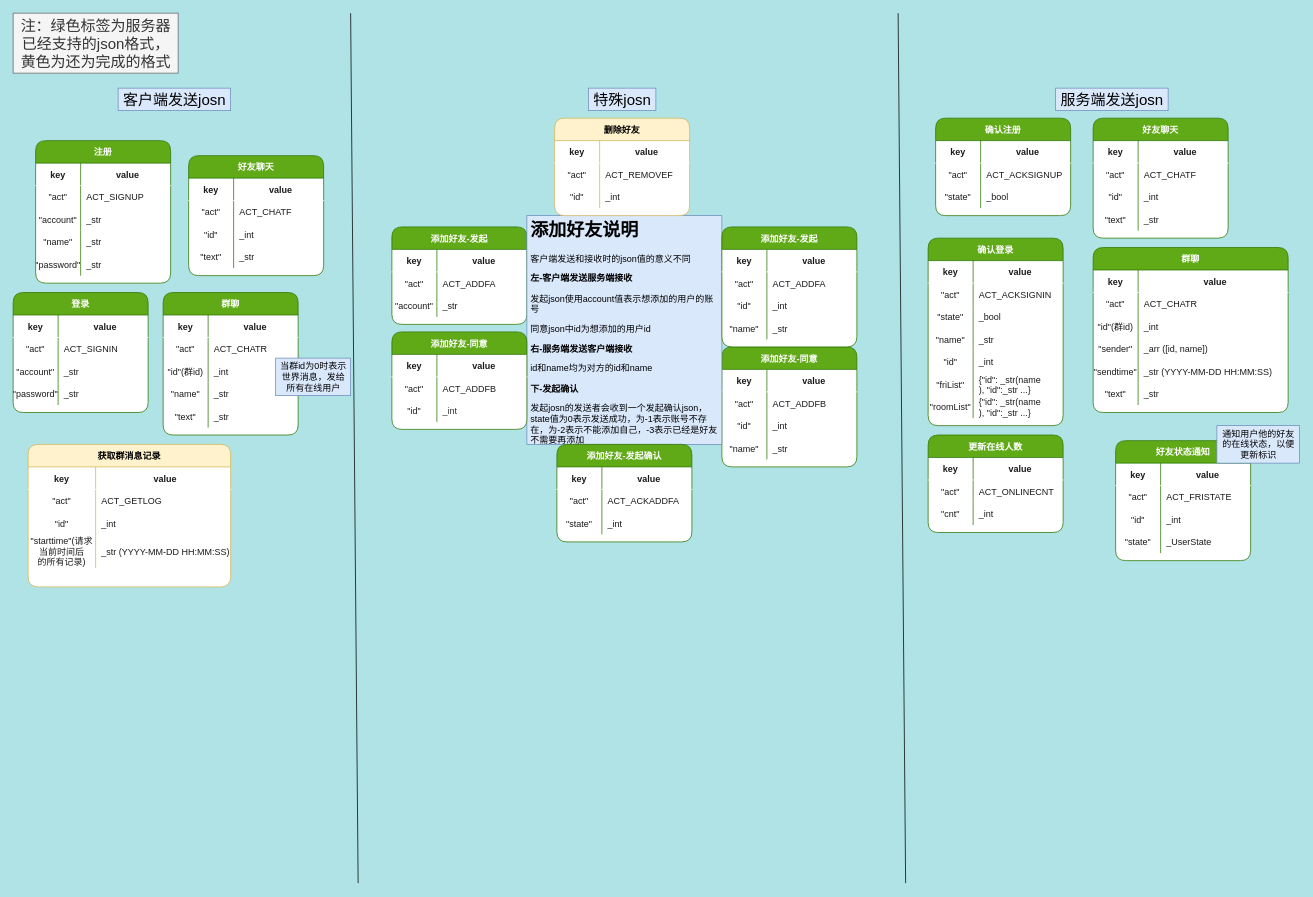
Above: json类型约定.drawio in leo-zhang-git/Gchatpro-file (draw.io), before the change. Source tidied: cells renumbered, new cells numbered last; positions are measured from the earlier drawing's top-left corner, leaving out a move shared by most shapes. Both pictures are drawn from the tidied source at 75%, with x=0, y=0 at pixel (13, 13).
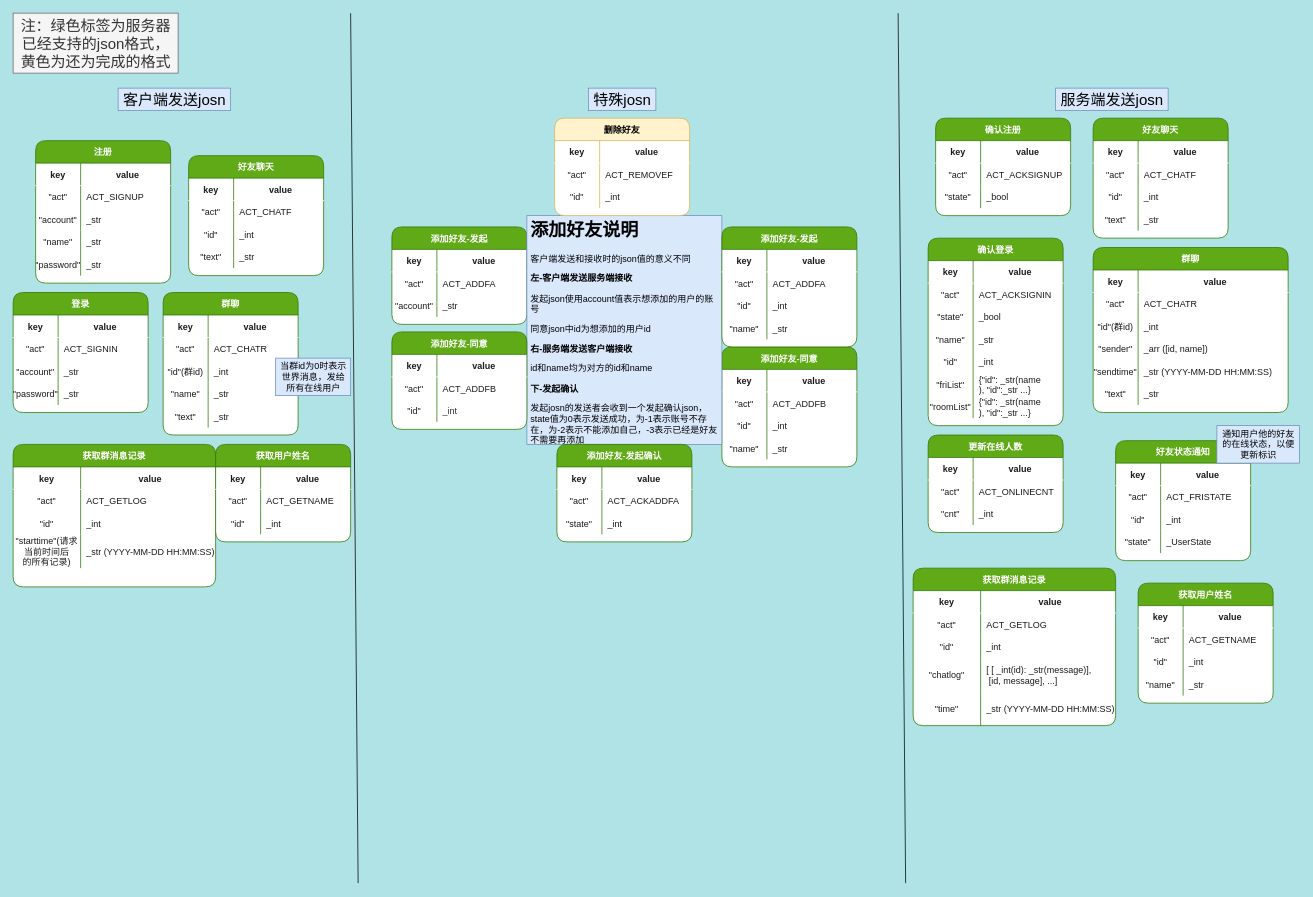
The same page after the edit.

Change to the diagram source:
```diff
@@
-    <mxCell id="197" value="获取群消息记录" style="shape=table;startSize=30;childLayout=tableLayout;rowLines=0;fontStyle=1;align=center;rounded=1;shadow=0;fillColor=#fff2cc;strokeColor=#d6b656;flipH=1;flipV=0;swimlaneFillColor=default;" parent="1" vertex="1">
-      <mxGeometry x="20" y="575" width="270" height="190" as="geometry" />
+    <mxCell id="197" value="获取群消息记录" style="shape=table;startSize=30;childLayout=tableLayout;rowLines=0;fontStyle=1;align=center;rounded=1;shadow=0;fillColor=#60a917;strokeColor=#2D7600;flipH=1;flipV=0;swimlaneFillColor=default;fontColor=#ffffff;" parent="1" vertex="1">
+      <mxGeometry y="575" width="270" height="190" as="geometry" />
     </mxCell>
@@
+    <mxCell id="235" value="获取群消息记录" style="shape=table;startSize=30;childLayout=tableLayout;rowLines=0;fontStyle=1;align=center;rounded=1;shadow=0;fillColor=#60a917;strokeColor=#2D7600;flipH=1;flipV=0;swimlaneFillColor=default;fontColor=#ffffff;" parent="1" vertex="1">
+      <mxGeometry x="1200" y="740" width="270" height="210" as="geometry" />
+    </mxCell>
+    <mxCell id="236" style="shape=tableRow;horizontal=0;startSize=0;swimlaneHead=0;swimlaneBody=0;fillColor=none;top=0;left=0;right=0;bottom=1;rounded=1;shadow=0;fontColor=#1A1A1A;strokeColor=#FFFFFF;" parent="235" vertex="1">
+      <mxGeometry y="30" width="270" height="30" as="geometry" />
+    </mxCell>
+    <mxCell id="237" value="key" style="shape=partialRectangle;fillColor=none;top=0;left=0;bottom=0;right=0;fontStyle=1;overflow=hidden;rounded=1;shadow=0;fontColor=#1A1A1A;strokeColor=#FFFFFF;" parent="236" vertex="1">
+      <mxGeometry width="90" height="30" as="geometry" />
+    </mxCell>
+    <mxCell id="238" value="value" style="shape=partialRectangle;fillColor=none;top=0;left=0;bottom=0;right=0;align=center;spacingLeft=6;fontStyle=1;overflow=hidden;rounded=1;shadow=0;fontColor=#1A1A1A;strokeColor=#66FF66;verticalAlign=middle;" parent="236" vertex="1">
+      <mxGeometry x="90" width="180" height="30" as="geometry" />
+    </mxCell>
+    <mxCell id="239" style="shape=tableRow;horizontal=0;startSize=0;swimlaneHead=0;swimlaneBody=0;fillColor=none;top=0;left=0;right=0;bottom=0;rounded=1;shadow=0;fontColor=#1A1A1A;strokeColor=#FFFFFF;" parent="235" vertex="1">
+      <mxGeometry y="60" width="270" height="30" as="geometry" />
+    </mxCell>
+    <mxCell id="240" value="&quot;act&quot;" style="shape=partialRectangle;fillColor=none;top=0;left=0;bottom=0;right=0;overflow=hidden;rounded=1;shadow=0;fontColor=#1A1A1A;strokeColor=#FFFFFF;" parent="239" vertex="1">
+      <mxGeometry width="90" height="30" as="geometry" />
+    </mxCell>
+    <mxCell id="241" value="ACT_GETLOG" style="shape=partialRectangle;fillColor=none;top=0;left=0;bottom=0;right=0;align=left;spacingLeft=6;overflow=hidden;rounded=1;shadow=0;fontColor=#1A1A1A;strokeColor=#FFFFFF;" parent="239" vertex="1">
+      <mxGeometry x="90" width="180" height="30" as="geometry" />
+    </mxCell>
+    <mxCell id="242" style="shape=tableRow;horizontal=0;startSize=0;swimlaneHead=0;swimlaneBody=0;fillColor=none;top=0;left=0;right=0;bottom=0;rounded=1;shadow=0;fontColor=#1A1A1A;strokeColor=#FFFFFF;" parent="235" vertex="1">
+      <mxGeometry y="90" width="270" height="30" as="geometry" />
+    </mxCell>
+    <mxCell id="243" value="&quot;id&quot;" style="shape=partialRectangle;fillColor=none;top=0;left=0;bottom=0;right=0;overflow=hidden;rounded=1;shadow=0;fontColor=#1A1A1A;strokeColor=#FFFFFF;" parent="242" vertex="1">
+      <mxGeometry width="90" height="30" as="geometry" />
+    </mxCell>
+    <mxCell id="244" value="_int" style="shape=partialRectangle;fillColor=none;top=0;left=0;bottom=0;right=0;align=left;spacingLeft=6;overflow=hidden;rounded=1;shadow=0;fontColor=#1A1A1A;strokeColor=#FFFFFF;" parent="242" vertex="1">
+      <mxGeometry x="90" width="180" height="30" as="geometry" />
+    </mxCell>
+    <mxCell id="245" style="shape=tableRow;horizontal=0;startSize=0;swimlaneHead=0;swimlaneBody=0;fillColor=none;top=0;left=0;right=0;bottom=0;rounded=1;shadow=0;fontColor=#1A1A1A;strokeColor=#FFFFFF;" parent="235" vertex="1">
+      <mxGeometry y="120" width="270" height="45" as="geometry" />
+    </mxCell>
+    <mxCell id="246" value="&quot;chatlog&quot;" style="shape=partialRectangle;fillColor=none;top=0;left=0;bottom=0;right=0;overflow=hidden;rounded=1;shadow=0;fontColor=#1A1A1A;strokeColor=#FFFFFF;" parent="245" vertex="1">
+      <mxGeometry width="90" height="45" as="geometry" />
+    </mxCell>
+    <mxCell id="247" value="[ [ _int(id): _str(message)],&#10; [id, message], ...]" style="shape=partialRectangle;fillColor=none;top=0;left=0;bottom=0;right=0;align=left;spacingLeft=6;overflow=hidden;rounded=1;shadow=0;fontColor=#1A1A1A;strokeColor=#FFFFFF;" parent="245" vertex="1">
+      <mxGeometry x="90" width="180" height="45" as="geometry" />
+    </mxCell>
+    <mxCell id="248" style="shape=tableRow;horizontal=0;startSize=0;swimlaneHead=0;swimlaneBody=0;fillColor=none;top=0;left=0;right=0;bottom=0;rounded=1;shadow=0;fontColor=#1A1A1A;strokeColor=#FFFFFF;" parent="235" vertex="1">
+      <mxGeometry y="165" width="270" height="45" as="geometry" />
+    </mxCell>
+    <mxCell id="249" value="&quot;time&quot;" style="shape=partialRectangle;fillColor=none;top=0;left=0;bottom=0;right=0;overflow=hidden;rounded=1;shadow=0;fontColor=#1A1A1A;strokeColor=#FFFFFF;" parent="248" vertex="1">
+      <mxGeometry width="90" height="45" as="geometry" />
+    </mxCell>
+    <mxCell id="250" value="_str (YYYY-MM-DD HH:MM:SS)" style="shape=partialRectangle;fillColor=none;top=0;left=0;bottom=0;right=0;align=left;spacingLeft=6;overflow=hidden;rounded=1;shadow=0;fontColor=#1A1A1A;strokeColor=#FFFFFF;" parent="248" vertex="1">
+      <mxGeometry x="90" width="180" height="45" as="geometry" />
+    </mxCell>
+    <mxCell id="251" value="获取用户姓名" style="shape=table;startSize=30;childLayout=tableLayout;rowLines=0;fontStyle=1;align=center;rounded=1;shadow=0;fillColor=#60a917;strokeColor=#2D7600;fontColor=#ffffff;flipH=1;flipV=0;swimlaneFillColor=default;" parent="1" vertex="1">
+      <mxGeometry x="270" y="575" width="180" height="130" as="geometry" />
+    </mxCell>
+    <mxCell id="252" style="shape=tableRow;horizontal=0;startSize=0;swimlaneHead=0;swimlaneBody=0;fillColor=none;top=0;left=0;right=0;bottom=1;rounded=1;shadow=0;fontColor=#1A1A1A;strokeColor=#FFFFFF;" parent="251" vertex="1">
+      <mxGeometry y="30" width="180" height="30" as="geometry" />
+    </mxCell>
+    <mxCell id="253" value="key" style="shape=partialRectangle;fillColor=none;top=0;left=0;bottom=0;right=0;fontStyle=1;overflow=hidden;rounded=1;shadow=0;fontColor=#1A1A1A;strokeColor=#FFFFFF;" parent="252" vertex="1">
+      <mxGeometry width="60" height="30" as="geometry" />
+    </mxCell>
+    <mxCell id="254" value="value" style="shape=partialRectangle;fillColor=none;top=0;left=0;bottom=0;right=0;align=center;spacingLeft=6;fontStyle=1;overflow=hidden;rounded=1;shadow=0;fontColor=#1A1A1A;strokeColor=#66FF66;verticalAlign=middle;" parent="252" vertex="1">
+      <mxGeometry x="60" width="120" height="30" as="geometry" />
+    </mxCell>
+    <mxCell id="255" style="shape=tableRow;horizontal=0;startSize=0;swimlaneHead=0;swimlaneBody=0;fillColor=none;top=0;left=0;right=0;bottom=0;rounded=1;shadow=0;fontColor=#1A1A1A;strokeColor=#FFFFFF;" parent="251" vertex="1">
+      <mxGeometry y="60" width="180" height="30" as="geometry" />
+    </mxCell>
+    <mxCell id="256" value="&quot;act&quot;" style="shape=partialRectangle;fillColor=none;top=0;left=0;bottom=0;right=0;overflow=hidden;rounded=1;shadow=0;fontColor=#1A1A1A;strokeColor=#FFFFFF;" parent="255" vertex="1">
+      <mxGeometry width="60" height="30" as="geometry" />
+    </mxCell>
+    <mxCell id="257" value="ACT_GETNAME" style="shape=partialRectangle;fillColor=none;top=0;left=0;bottom=0;right=0;align=left;spacingLeft=6;overflow=hidden;rounded=1;shadow=0;fontColor=#1A1A1A;strokeColor=#FFFFFF;" parent="255" vertex="1">
+      <mxGeometry x="60" width="120" height="30" as="geometry" />
+    </mxCell>
+    <mxCell id="258" style="shape=tableRow;horizontal=0;startSize=0;swimlaneHead=0;swimlaneBody=0;fillColor=none;top=0;left=0;right=0;bottom=0;rounded=1;shadow=0;fontColor=#1A1A1A;strokeColor=#FFFFFF;" parent="251" vertex="1">
+      <mxGeometry y="90" width="180" height="30" as="geometry" />
+    </mxCell>
+    <mxCell id="259" value="&quot;id&quot;" style="shape=partialRectangle;fillColor=none;top=0;left=0;bottom=0;right=0;overflow=hidden;rounded=1;shadow=0;fontColor=#1A1A1A;strokeColor=#FFFFFF;" parent="258" vertex="1">
+      <mxGeometry width="60" height="30" as="geometry" />
+    </mxCell>
+    <mxCell id="260" value="_int" style="shape=partialRectangle;fillColor=none;top=0;left=0;bottom=0;right=0;align=left;spacingLeft=6;overflow=hidden;rounded=1;shadow=0;fontColor=#1A1A1A;strokeColor=#FFFFFF;" parent="258" vertex="1">
+      <mxGeometry x="60" width="120" height="30" as="geometry" />
+    </mxCell>
+    <mxCell id="261" value="获取用户姓名" style="shape=table;startSize=30;childLayout=tableLayout;rowLines=0;fontStyle=1;align=center;rounded=1;shadow=0;fillColor=#60a917;strokeColor=#2D7600;fontColor=#ffffff;flipH=1;flipV=0;swimlaneFillColor=default;" parent="1" vertex="1">
+      <mxGeometry x="1500" y="760" width="180" height="160" as="geometry" />
+    </mxCell>
+    <mxCell id="262" style="shape=tableRow;horizontal=0;startSize=0;swimlaneHead=0;swimlaneBody=0;fillColor=none;top=0;left=0;right=0;bottom=1;rounded=1;shadow=0;fontColor=#1A1A1A;strokeColor=#FFFFFF;" parent="261" vertex="1">
+      <mxGeometry y="30" width="180" height="30" as="geometry" />
+    </mxCell>
+    <mxCell id="263" value="key" style="shape=partialRectangle;fillColor=none;top=0;left=0;bottom=0;right=0;fontStyle=1;overflow=hidden;rounded=1;shadow=0;fontColor=#1A1A1A;strokeColor=#FFFFFF;" parent="262" vertex="1">
+      <mxGeometry width="60" height="30" as="geometry" />
+    </mxCell>
+    <mxCell id="264" value="value" style="shape=partialRectangle;fillColor=none;top=0;left=0;bottom=0;right=0;align=center;spacingLeft=6;fontStyle=1;overflow=hidden;rounded=1;shadow=0;fontColor=#1A1A1A;strokeColor=#66FF66;verticalAlign=middle;" parent="262" vertex="1">
+      <mxGeometry x="60" width="120" height="30" as="geometry" />
+    </mxCell>
+    <mxCell id="265" style="shape=tableRow;horizontal=0;startSize=0;swimlaneHead=0;swimlaneBody=0;fillColor=none;top=0;left=0;right=0;bottom=0;rounded=1;shadow=0;fontColor=#1A1A1A;strokeColor=#FFFFFF;" parent="261" vertex="1">
+      <mxGeometry y="60" width="180" height="30" as="geometry" />
+    </mxCell>
+    <mxCell id="266" value="&quot;act&quot;" style="shape=partialRectangle;fillColor=none;top=0;left=0;bottom=0;right=0;overflow=hidden;rounded=1;shadow=0;fontColor=#1A1A1A;strokeColor=#FFFFFF;" parent="265" vertex="1">
+      <mxGeometry width="60" height="30" as="geometry" />
+    </mxCell>
+    <mxCell id="267" value="ACT_GETNAME" style="shape=partialRectangle;fillColor=none;top=0;left=0;bottom=0;right=0;align=left;spacingLeft=6;overflow=hidden;rounded=1;shadow=0;fontColor=#1A1A1A;strokeColor=#FFFFFF;" parent="265" vertex="1">
+      <mxGeometry x="60" width="120" height="30" as="geometry" />
+    </mxCell>
+    <mxCell id="268" style="shape=tableRow;horizontal=0;startSize=0;swimlaneHead=0;swimlaneBody=0;fillColor=none;top=0;left=0;right=0;bottom=0;rounded=1;shadow=0;fontColor=#1A1A1A;strokeColor=#FFFFFF;" parent="261" vertex="1">
+      <mxGeometry y="90" width="180" height="30" as="geometry" />
+    </mxCell>
+    <mxCell id="269" value="&quot;id&quot;" style="shape=partialRectangle;fillColor=none;top=0;left=0;bottom=0;right=0;overflow=hidden;rounded=1;shadow=0;fontColor=#1A1A1A;strokeColor=#FFFFFF;" parent="268" vertex="1">
+      <mxGeometry width="60" height="30" as="geometry" />
+    </mxCell>
+    <mxCell id="270" value="_int" style="shape=partialRectangle;fillColor=none;top=0;left=0;bottom=0;right=0;align=left;spacingLeft=6;overflow=hidden;rounded=1;shadow=0;fontColor=#1A1A1A;strokeColor=#FFFFFF;" parent="268" vertex="1">
+      <mxGeometry x="60" width="120" height="30" as="geometry" />
+    </mxCell>
+    <mxCell id="271" style="shape=tableRow;horizontal=0;startSize=0;swimlaneHead=0;swimlaneBody=0;fillColor=none;top=0;left=0;right=0;bottom=0;rounded=1;shadow=0;fontColor=#1A1A1A;strokeColor=#FFFFFF;" parent="261" vertex="1">
+      <mxGeometry y="120" width="180" height="30" as="geometry" />
+    </mxCell>
+    <mxCell id="272" value="&quot;name&quot;" style="shape=partialRectangle;fillColor=none;top=0;left=0;bottom=0;right=0;overflow=hidden;rounded=1;shadow=0;fontColor=#1A1A1A;strokeColor=#FFFFFF;" parent="271" vertex="1">
+      <mxGeometry width="60" height="30" as="geometry" />
+    </mxCell>
+    <mxCell id="273" value="_str" style="shape=partialRectangle;fillColor=none;top=0;left=0;bottom=0;right=0;align=left;spacingLeft=6;overflow=hidden;rounded=1;shadow=0;fontColor=#1A1A1A;strokeColor=#FFFFFF;" parent="271" vertex="1">
+      <mxGeometry x="60" width="120" height="30" as="geometry" />
+    </mxCell>
```
